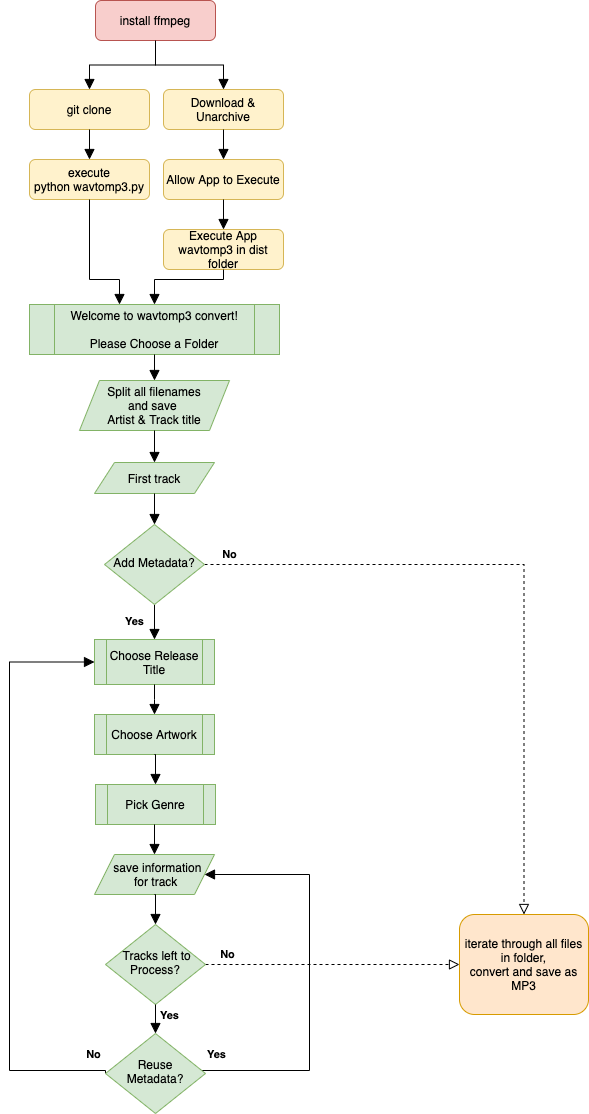
carlos-lehmann/wavtomp3 keeps this draw.io diagram as readme-content/wavtomp3.png. Above is the earlier version. Source tidied: cells renumbered, new cells last; positions are measured from the earlier drawing's top-left corner, leaving out a move shared by most shapes.
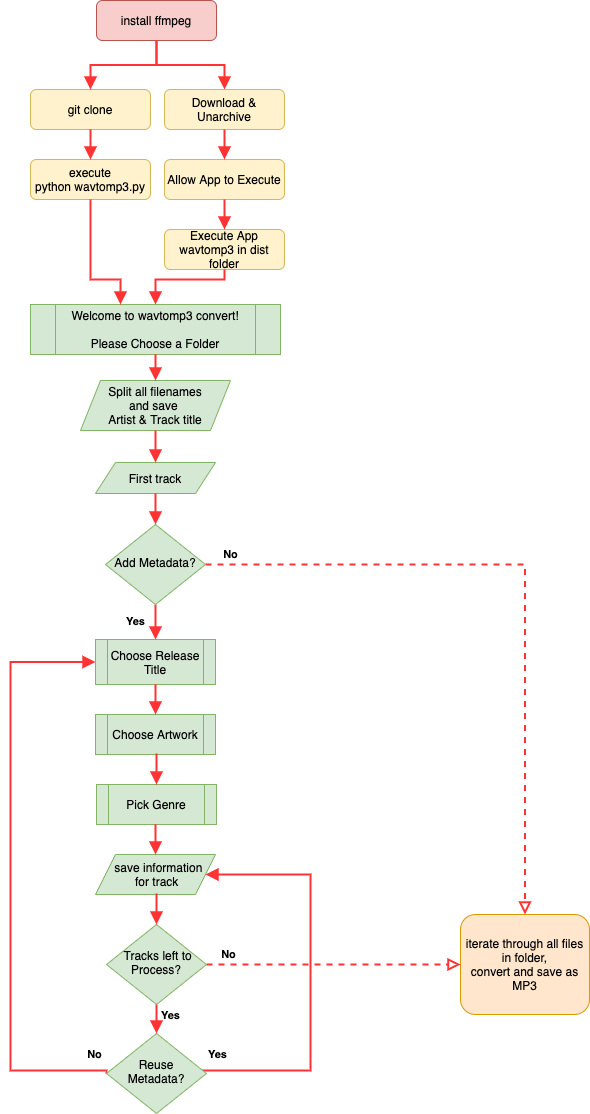
After the commit.

The edit, as a diff of the source:
```diff
@@ -2,16 +2,16 @@
   <root>
     <mxCell id="0" />
     <mxCell id="1" parent="0" />
-    <mxCell id="2" style="rounded=0;html=1;jettySize=auto;fontSize=11;endArrow=block;endFill=1;endSize=8;strokeWidth=1;shadow=0;labelBackgroundColor=none;edgeStyle=orthogonalEdgeStyle;" parent="1" edge="1" source="3" target="11">
+    <mxCell id="2" style="rounded=0;html=1;jettySize=auto;fontSize=11;endArrow=block;endFill=1;endSize=8;strokeWidth=2;shadow=0;labelBackgroundColor=none;edgeStyle=orthogonalEdgeStyle;strokeColor=#FF3333;" parent="1" edge="1" source="3" target="11">
       <mxGeometry relative="1" as="geometry" />
     </mxCell>
     <mxCell id="3" value="install ffmpeg" style="rounded=1;whiteSpace=wrap;html=1;fontSize=12;glass=0;strokeWidth=1;shadow=0;fillColor=#f8cecc;strokeColor=#b85450;" parent="1" vertex="1">
       <mxGeometry x="86" width="120" height="40" as="geometry" />
     </mxCell>
-    <mxCell id="4" value="&lt;b&gt;Yes&lt;/b&gt;" style="rounded=0;html=1;jettySize=auto;fontSize=11;endArrow=block;endFill=1;endSize=8;strokeWidth=1;shadow=0;labelBackgroundColor=none;edgeStyle=orthogonalEdgeStyle;entryX=0.5;entryY=0;entryDx=0;entryDy=0;" parent="1" edge="1" source="6" target="23">
+    <mxCell id="4" value="&lt;b&gt;Yes&lt;/b&gt;" style="rounded=0;html=1;jettySize=auto;fontSize=11;endArrow=block;endFill=1;endSize=8;strokeWidth=2;shadow=0;labelBackgroundColor=none;edgeStyle=orthogonalEdgeStyle;entryX=0.5;entryY=0;entryDx=0;entryDy=0;strokeColor=#FF3333;" parent="1" edge="1" source="6" target="23">
       <mxGeometry y="20" relative="1" as="geometry" />
     </mxCell>
-    <mxCell id="5" value="&lt;b&gt;No&lt;/b&gt;" style="edgeStyle=orthogonalEdgeStyle;rounded=0;html=1;jettySize=auto;fontSize=11;endArrow=block;endFill=0;endSize=8;strokeWidth=1;shadow=0;labelBackgroundColor=none;dashed=1;" parent="1" edge="1" source="6" target="7">
+    <mxCell id="5" value="&lt;b&gt;No&lt;/b&gt;" style="edgeStyle=orthogonalEdgeStyle;rounded=0;html=1;jettySize=auto;fontSize=11;endArrow=block;endFill=0;endSize=8;strokeWidth=2;shadow=0;labelBackgroundColor=none;dashed=1;strokeColor=#FF3333;" parent="1" edge="1" source="6" target="7">
       <mxGeometry x="-0.93" y="10" relative="1" as="geometry" />
     </mxCell>
     <mxCell id="6" value="Add Metadata?" style="rhombus;whiteSpace=wrap;html=1;shadow=0;fontFamily=Helvetica;fontSize=12;align=center;strokeWidth=1;spacing=6;spacingTop=-4;fillColor=#d5e8d4;strokeColor=#82b366;" parent="1" vertex="1">
@@ -20,7 +20,7 @@
     <mxCell id="7" value="iterate through all files in folder,&lt;br&gt;convert and save as MP3" style="rounded=1;whiteSpace=wrap;html=1;fontSize=12;glass=0;strokeWidth=1;shadow=0;fillColor=#ffe6cc;strokeColor=#d79b00;" parent="1" vertex="1">
       <mxGeometry x="450" y="914" width="129" height="100" as="geometry" />
     </mxCell>
-    <mxCell id="8" value="&lt;b&gt;No&lt;/b&gt;" style="rounded=0;html=1;jettySize=auto;fontSize=11;endArrow=block;endFill=1;endSize=8;strokeWidth=1;shadow=0;labelBackgroundColor=none;edgeStyle=orthogonalEdgeStyle;entryX=0;entryY=0.5;entryDx=0;entryDy=0;exitX=0;exitY=0.5;exitDx=0;exitDy=0;" parent="1" edge="1" source="10" target="23">
+    <mxCell id="8" value="&lt;b&gt;No&lt;/b&gt;" style="rounded=0;html=1;jettySize=auto;fontSize=11;endArrow=block;endFill=1;endSize=8;strokeWidth=2;shadow=0;labelBackgroundColor=none;edgeStyle=orthogonalEdgeStyle;entryX=0;entryY=0.5;entryDx=0;entryDy=0;exitX=0;exitY=0.5;exitDx=0;exitDy=0;strokeColor=#FF3333;" parent="1" edge="1" source="10" target="23">
       <mxGeometry x="-0.95" y="-16" relative="1" as="geometry">
         <Array as="points">
           <mxPoint y="1070" />
@@ -28,7 +28,7 @@
         </Array>
       </mxGeometry>
     </mxCell>
-    <mxCell id="9" value="&lt;b&gt;Yes&lt;/b&gt;" style="edgeStyle=orthogonalEdgeStyle;rounded=0;html=1;jettySize=auto;fontSize=11;endArrow=block;endFill=1;endSize=8;strokeWidth=1;shadow=0;labelBackgroundColor=none;entryX=1;entryY=0.5;entryDx=0;entryDy=0;" parent="1" edge="1" source="10" target="32">
+    <mxCell id="9" value="&lt;b&gt;Yes&lt;/b&gt;" style="edgeStyle=orthogonalEdgeStyle;rounded=0;html=1;jettySize=auto;fontSize=11;endArrow=block;endFill=1;endSize=8;strokeWidth=2;shadow=0;labelBackgroundColor=none;entryX=1;entryY=0.5;entryDx=0;entryDy=0;strokeColor=#FF3333;" parent="1" edge="1" source="10" target="32">
       <mxGeometry x="-0.93" y="16" relative="1" as="geometry">
         <Array as="points">
           <mxPoint x="300" y="1070" />
@@ -45,19 +45,19 @@
     <mxCell id="12" value="git clone" style="rounded=1;whiteSpace=wrap;html=1;fontSize=12;glass=0;strokeWidth=1;shadow=0;fillColor=#fff2cc;strokeColor=#d6b656;" parent="1" vertex="1">
       <mxGeometry x="20" y="89" width="120" height="40" as="geometry" />
     </mxCell>
-    <mxCell id="13" style="rounded=0;html=1;jettySize=auto;fontSize=11;endArrow=block;endFill=1;endSize=8;strokeWidth=1;shadow=0;labelBackgroundColor=none;edgeStyle=orthogonalEdgeStyle;exitX=0.5;exitY=1;exitDx=0;exitDy=0;" parent="1" edge="1" source="3" target="12">
+    <mxCell id="13" style="rounded=0;html=1;jettySize=auto;fontSize=11;endArrow=block;endFill=1;endSize=8;strokeWidth=2;shadow=0;labelBackgroundColor=none;edgeStyle=orthogonalEdgeStyle;exitX=0.5;exitY=1;exitDx=0;exitDy=0;strokeColor=#FF3333;" parent="1" edge="1" source="3" target="12">
       <mxGeometry relative="1" as="geometry" />
     </mxCell>
     <mxCell id="14" value="Allow App to Execute" style="rounded=1;whiteSpace=wrap;html=1;fontSize=12;glass=0;strokeWidth=1;shadow=0;fillColor=#fff2cc;strokeColor=#d6b656;" parent="1" vertex="1">
       <mxGeometry x="154" y="159" width="120" height="40" as="geometry" />
     </mxCell>
-    <mxCell id="15" style="rounded=0;html=1;jettySize=auto;fontSize=11;endArrow=block;endFill=1;endSize=8;strokeWidth=1;shadow=0;labelBackgroundColor=none;edgeStyle=orthogonalEdgeStyle;exitX=0.5;exitY=1;exitDx=0;exitDy=0;" parent="1" edge="1" source="11" target="14">
+    <mxCell id="15" style="rounded=0;html=1;jettySize=auto;fontSize=11;endArrow=block;endFill=1;endSize=8;strokeWidth=2;shadow=0;labelBackgroundColor=none;edgeStyle=orthogonalEdgeStyle;exitX=0.5;exitY=1;exitDx=0;exitDy=0;strokeColor=#FF3333;" parent="1" edge="1" source="11" target="14">
       <mxGeometry relative="1" as="geometry" />
     </mxCell>
     <mxCell id="16" value="execute&lt;br&gt;python wavtomp3.py" style="rounded=1;whiteSpace=wrap;html=1;fontSize=12;glass=0;strokeWidth=1;shadow=0;fillColor=#fff2cc;strokeColor=#d6b656;" parent="1" vertex="1">
       <mxGeometry x="20" y="159" width="120" height="40" as="geometry" />
     </mxCell>
-    <mxCell id="17" style="rounded=0;html=1;jettySize=auto;fontSize=11;endArrow=block;endFill=1;endSize=8;strokeWidth=1;shadow=0;labelBackgroundColor=none;edgeStyle=orthogonalEdgeStyle;exitX=0.5;exitY=1;exitDx=0;exitDy=0;entryX=0.5;entryY=0;entryDx=0;entryDy=0;" parent="1" edge="1" source="12" target="16">
+    <mxCell id="17" style="rounded=0;html=1;jettySize=auto;fontSize=11;endArrow=block;endFill=1;endSize=8;strokeWidth=2;shadow=0;labelBackgroundColor=none;edgeStyle=orthogonalEdgeStyle;exitX=0.5;exitY=1;exitDx=0;exitDy=0;entryX=0.5;entryY=0;entryDx=0;entryDy=0;strokeColor=#FF3333;" parent="1" edge="1" source="12" target="16">
       <mxGeometry relative="1" as="geometry">
         <Array as="points">
           <mxPoint x="80" y="129" />
@@ -67,13 +67,13 @@
     <mxCell id="18" value="Execute App wavtomp3 in dist folder" style="rounded=1;whiteSpace=wrap;html=1;fontSize=12;glass=0;strokeWidth=1;shadow=0;fillColor=#fff2cc;strokeColor=#d6b656;" parent="1" vertex="1">
       <mxGeometry x="154" y="229" width="120" height="40" as="geometry" />
     </mxCell>
-    <mxCell id="19" style="rounded=0;html=1;jettySize=auto;fontSize=11;endArrow=block;endFill=1;endSize=8;strokeWidth=1;shadow=0;labelBackgroundColor=none;edgeStyle=orthogonalEdgeStyle;exitX=0.5;exitY=1;exitDx=0;exitDy=0;" parent="1" edge="1" source="14" target="18">
+    <mxCell id="19" style="rounded=0;html=1;jettySize=auto;fontSize=11;endArrow=block;endFill=1;endSize=8;strokeWidth=2;shadow=0;labelBackgroundColor=none;edgeStyle=orthogonalEdgeStyle;exitX=0.5;exitY=1;exitDx=0;exitDy=0;strokeColor=#FF3333;" parent="1" edge="1" source="14" target="18">
       <mxGeometry relative="1" as="geometry" />
     </mxCell>
     <mxCell id="20" value="Welcome to wavtomp3 convert!&lt;br&gt;&lt;br&gt;Please Choose a Folder" style="shape=process;whiteSpace=wrap;html=1;backgroundOutline=1;fillColor=#d5e8d4;strokeColor=#82b366;" parent="1" vertex="1">
       <mxGeometry x="20" y="304" width="250" height="50" as="geometry" />
     </mxCell>
-    <mxCell id="21" style="rounded=0;html=1;jettySize=auto;fontSize=11;endArrow=block;endFill=1;endSize=8;strokeWidth=1;shadow=0;labelBackgroundColor=none;edgeStyle=orthogonalEdgeStyle;exitX=0.5;exitY=1;exitDx=0;exitDy=0;entryX=0.5;entryY=0;entryDx=0;entryDy=0;" parent="1" edge="1" source="18" target="20">
+    <mxCell id="21" style="rounded=0;html=1;jettySize=auto;fontSize=11;endArrow=block;endFill=1;endSize=8;strokeWidth=2;shadow=0;labelBackgroundColor=none;edgeStyle=orthogonalEdgeStyle;exitX=0.5;exitY=1;exitDx=0;exitDy=0;entryX=0.5;entryY=0;entryDx=0;entryDy=0;strokeColor=#FF3333;" parent="1" edge="1" source="18" target="20">
       <mxGeometry relative="1" as="geometry">
         <Array as="points">
           <mxPoint x="214" y="279" />
@@ -81,7 +81,7 @@
         </Array>
       </mxGeometry>
     </mxCell>
-    <mxCell id="22" style="rounded=0;html=1;jettySize=auto;fontSize=11;endArrow=block;endFill=1;endSize=8;strokeWidth=1;shadow=0;labelBackgroundColor=none;edgeStyle=orthogonalEdgeStyle;exitX=0.5;exitY=1;exitDx=0;exitDy=0;" parent="1" edge="1" source="16" target="20">
+    <mxCell id="22" style="rounded=0;html=1;jettySize=auto;fontSize=11;endArrow=block;endFill=1;endSize=8;strokeWidth=2;shadow=0;labelBackgroundColor=none;edgeStyle=orthogonalEdgeStyle;exitX=0.5;exitY=1;exitDx=0;exitDy=0;strokeColor=#FF3333;" parent="1" edge="1" source="16" target="20">
       <mxGeometry relative="1" as="geometry">
         <Array as="points">
           <mxPoint x="80" y="279" />
@@ -95,7 +95,7 @@
     <mxCell id="24" value="Choose Artwork" style="shape=process;whiteSpace=wrap;html=1;backgroundOutline=1;fillColor=#d5e8d4;strokeColor=#82b366;" parent="1" vertex="1">
       <mxGeometry x="85" y="714" width="120" height="40" as="geometry" />
     </mxCell>
-    <mxCell id="25" style="rounded=0;html=1;jettySize=auto;fontSize=11;endArrow=block;endFill=1;endSize=8;strokeWidth=1;shadow=0;labelBackgroundColor=none;edgeStyle=orthogonalEdgeStyle;exitX=0.5;exitY=1;exitDx=0;exitDy=0;" parent="1" edge="1" source="23" target="24">
+    <mxCell id="25" style="rounded=0;html=1;jettySize=auto;fontSize=11;endArrow=block;endFill=1;endSize=8;strokeWidth=2;shadow=0;labelBackgroundColor=none;edgeStyle=orthogonalEdgeStyle;exitX=0.5;exitY=1;exitDx=0;exitDy=0;strokeColor=#FF3333;" parent="1" edge="1" source="23" target="24">
       <mxGeometry y="20" relative="1" as="geometry">
         <Array as="points">
           <mxPoint x="145" y="699" />
@@ -106,19 +106,19 @@
     <mxCell id="26" value="Pick Genre" style="shape=process;whiteSpace=wrap;html=1;backgroundOutline=1;fillColor=#d5e8d4;strokeColor=#82b366;" parent="1" vertex="1">
       <mxGeometry x="86" y="784" width="120" height="40" as="geometry" />
     </mxCell>
-    <mxCell id="27" style="rounded=0;html=1;jettySize=auto;fontSize=11;endArrow=block;endFill=1;endSize=8;strokeWidth=1;shadow=0;labelBackgroundColor=none;edgeStyle=orthogonalEdgeStyle;exitX=0.5;exitY=1;exitDx=0;exitDy=0;entryX=0.5;entryY=0;entryDx=0;entryDy=0;" parent="1" edge="1" source="24" target="26">
+    <mxCell id="27" style="rounded=0;html=1;jettySize=auto;fontSize=11;endArrow=block;endFill=1;endSize=8;strokeWidth=2;shadow=0;labelBackgroundColor=none;edgeStyle=orthogonalEdgeStyle;exitX=0.5;exitY=1;exitDx=0;exitDy=0;entryX=0.5;entryY=0;entryDx=0;entryDy=0;strokeColor=#FF3333;" parent="1" edge="1" source="24" target="26">
       <mxGeometry y="20" relative="1" as="geometry" />
     </mxCell>
     <mxCell id="28" value="First track" style="shape=parallelogram;perimeter=parallelogramPerimeter;whiteSpace=wrap;html=1;fixedSize=1;fillColor=#d5e8d4;strokeColor=#82b366;" parent="1" vertex="1">
       <mxGeometry x="85" y="462" width="120" height="31" as="geometry" />
     </mxCell>
-    <mxCell id="29" style="rounded=0;html=1;jettySize=auto;fontSize=11;endArrow=block;endFill=1;endSize=8;strokeWidth=1;shadow=0;labelBackgroundColor=none;edgeStyle=orthogonalEdgeStyle;exitX=0.5;exitY=1;exitDx=0;exitDy=0;entryX=0.5;entryY=0;entryDx=0;entryDy=0;" parent="1" edge="1" source="20" target="30">
+    <mxCell id="29" style="rounded=0;html=1;jettySize=auto;fontSize=11;endArrow=block;endFill=1;endSize=8;strokeWidth=2;shadow=0;labelBackgroundColor=none;edgeStyle=orthogonalEdgeStyle;exitX=0.5;exitY=1;exitDx=0;exitDy=0;entryX=0.5;entryY=0;entryDx=0;entryDy=0;strokeColor=#FF3333;" parent="1" edge="1" source="20" target="30">
       <mxGeometry y="20" relative="1" as="geometry" />
     </mxCell>
     <mxCell id="30" value="Split all filenames&lt;br&gt;and save &lt;br&gt;Artist &amp;amp; Track title" style="shape=parallelogram;perimeter=parallelogramPerimeter;whiteSpace=wrap;html=1;fixedSize=1;fillColor=#d5e8d4;strokeColor=#82b366;" parent="1" vertex="1">
       <mxGeometry x="70" y="380" width="150" height="50" as="geometry" />
     </mxCell>
-    <mxCell id="31" style="rounded=0;html=1;jettySize=auto;fontSize=11;endArrow=block;endFill=1;endSize=8;strokeWidth=1;shadow=0;labelBackgroundColor=none;edgeStyle=orthogonalEdgeStyle;exitX=0.5;exitY=1;exitDx=0;exitDy=0;" parent="1" edge="1" source="28">
+    <mxCell id="31" style="rounded=0;html=1;jettySize=auto;fontSize=11;endArrow=block;endFill=1;endSize=8;strokeWidth=2;shadow=0;labelBackgroundColor=none;edgeStyle=orthogonalEdgeStyle;exitX=0.5;exitY=1;exitDx=0;exitDy=0;strokeColor=#FF3333;" parent="1" edge="1" source="28">
       <mxGeometry y="20" relative="1" as="geometry">
         <mxPoint x="145" y="524" as="targetPoint" />
       </mxGeometry>
@@ -126,24 +126,24 @@
     <mxCell id="32" value="&amp;nbsp; save information&lt;br&gt;&amp;nbsp;for track" style="shape=parallelogram;perimeter=parallelogramPerimeter;whiteSpace=wrap;html=1;fixedSize=1;fillColor=#d5e8d4;strokeColor=#82b366;" parent="1" vertex="1">
       <mxGeometry x="85" y="854" width="120" height="40" as="geometry" />
     </mxCell>
-    <mxCell id="33" style="rounded=0;html=1;jettySize=auto;fontSize=11;endArrow=block;endFill=1;endSize=8;strokeWidth=1;shadow=0;labelBackgroundColor=none;edgeStyle=orthogonalEdgeStyle;entryX=0.5;entryY=0;entryDx=0;entryDy=0;" parent="1" edge="1" target="32">
+    <mxCell id="33" style="rounded=0;html=1;jettySize=auto;fontSize=11;endArrow=block;endFill=1;endSize=8;strokeWidth=2;shadow=0;labelBackgroundColor=none;edgeStyle=orthogonalEdgeStyle;entryX=0.5;entryY=0;entryDx=0;entryDy=0;strokeColor=#FF3333;" parent="1" edge="1" target="32">
       <mxGeometry y="20" relative="1" as="geometry">
         <mxPoint x="145" y="824" as="sourcePoint" />
       </mxGeometry>
     </mxCell>
-    <mxCell id="34" value="&lt;b&gt;No&lt;/b&gt;" style="rounded=0;html=1;jettySize=auto;fontSize=11;endArrow=block;endFill=0;endSize=8;strokeWidth=1;shadow=0;labelBackgroundColor=none;edgeStyle=orthogonalEdgeStyle;exitX=1;exitY=0.5;exitDx=0;exitDy=0;entryX=0;entryY=0.5;entryDx=0;entryDy=0;dashed=1;" parent="1" edge="1" source="35" target="7">
+    <mxCell id="34" value="&lt;b&gt;No&lt;/b&gt;" style="rounded=0;html=1;jettySize=auto;fontSize=11;endArrow=block;endFill=0;endSize=8;strokeWidth=2;shadow=0;labelBackgroundColor=none;edgeStyle=orthogonalEdgeStyle;exitX=1;exitY=0.5;exitDx=0;exitDy=0;entryX=0;entryY=0.5;entryDx=0;entryDy=0;dashed=1;strokeColor=#FF3333;" parent="1" edge="1" source="35" target="7">
       <mxGeometry x="-0.82" y="10" relative="1" as="geometry" />
     </mxCell>
     <mxCell id="35" value="&amp;nbsp;Tracks left to Process?" style="rhombus;whiteSpace=wrap;html=1;shadow=0;fontFamily=Helvetica;fontSize=12;align=center;strokeWidth=1;spacing=6;spacingTop=-4;fillColor=#d5e8d4;strokeColor=#82b366;" parent="1" vertex="1">
       <mxGeometry x="96" y="924" width="100" height="80" as="geometry" />
     </mxCell>
-    <mxCell id="36" style="rounded=0;html=1;jettySize=auto;fontSize=11;endArrow=block;endFill=1;endSize=8;strokeWidth=1;shadow=0;labelBackgroundColor=none;edgeStyle=orthogonalEdgeStyle;exitX=0.5;exitY=1;exitDx=0;exitDy=0;entryX=0.5;entryY=0;entryDx=0;entryDy=0;" parent="1" edge="1" source="32" target="35">
+    <mxCell id="36" style="rounded=0;html=1;jettySize=auto;fontSize=11;endArrow=block;endFill=1;endSize=8;strokeWidth=2;shadow=0;labelBackgroundColor=none;edgeStyle=orthogonalEdgeStyle;exitX=0.5;exitY=1;exitDx=0;exitDy=0;entryX=0.5;entryY=0;entryDx=0;entryDy=0;strokeColor=#FF3333;" parent="1" edge="1" source="32" target="35">
       <mxGeometry y="20" relative="1" as="geometry" />
     </mxCell>
-    <mxCell id="37" style="rounded=0;html=1;jettySize=auto;fontSize=11;endArrow=block;endFill=1;endSize=8;strokeWidth=1;shadow=0;labelBackgroundColor=none;edgeStyle=orthogonalEdgeStyle;" parent="1" edge="1" source="30" target="28">
+    <mxCell id="37" style="rounded=0;html=1;jettySize=auto;fontSize=11;endArrow=block;endFill=1;endSize=8;strokeWidth=2;shadow=0;labelBackgroundColor=none;edgeStyle=orthogonalEdgeStyle;strokeColor=#FF3333;" parent="1" edge="1" source="30" target="28">
       <mxGeometry y="20" relative="1" as="geometry" />
     </mxCell>
-    <mxCell id="38" value="&lt;b&gt;Yes&lt;/b&gt;" style="edgeStyle=orthogonalEdgeStyle;rounded=0;html=1;jettySize=auto;fontSize=11;endArrow=block;endFill=1;endSize=8;strokeWidth=1;shadow=0;labelBackgroundColor=none;exitX=0.5;exitY=1;exitDx=0;exitDy=0;entryX=0.5;entryY=0;entryDx=0;entryDy=0;" parent="1" edge="1" source="35" target="10">
+    <mxCell id="38" value="&lt;b&gt;Yes&lt;/b&gt;" style="edgeStyle=orthogonalEdgeStyle;rounded=0;html=1;jettySize=auto;fontSize=11;endArrow=block;endFill=1;endSize=8;strokeWidth=2;shadow=0;labelBackgroundColor=none;exitX=0.5;exitY=1;exitDx=0;exitDy=0;entryX=0.5;entryY=0;entryDx=0;entryDy=0;strokeColor=#FF3333;" parent="1" edge="1" source="35" target="10">
       <mxGeometry x="-0.23" y="14" relative="1" as="geometry">
         <Array as="points">
           <mxPoint x="146" y="1030" />
```
